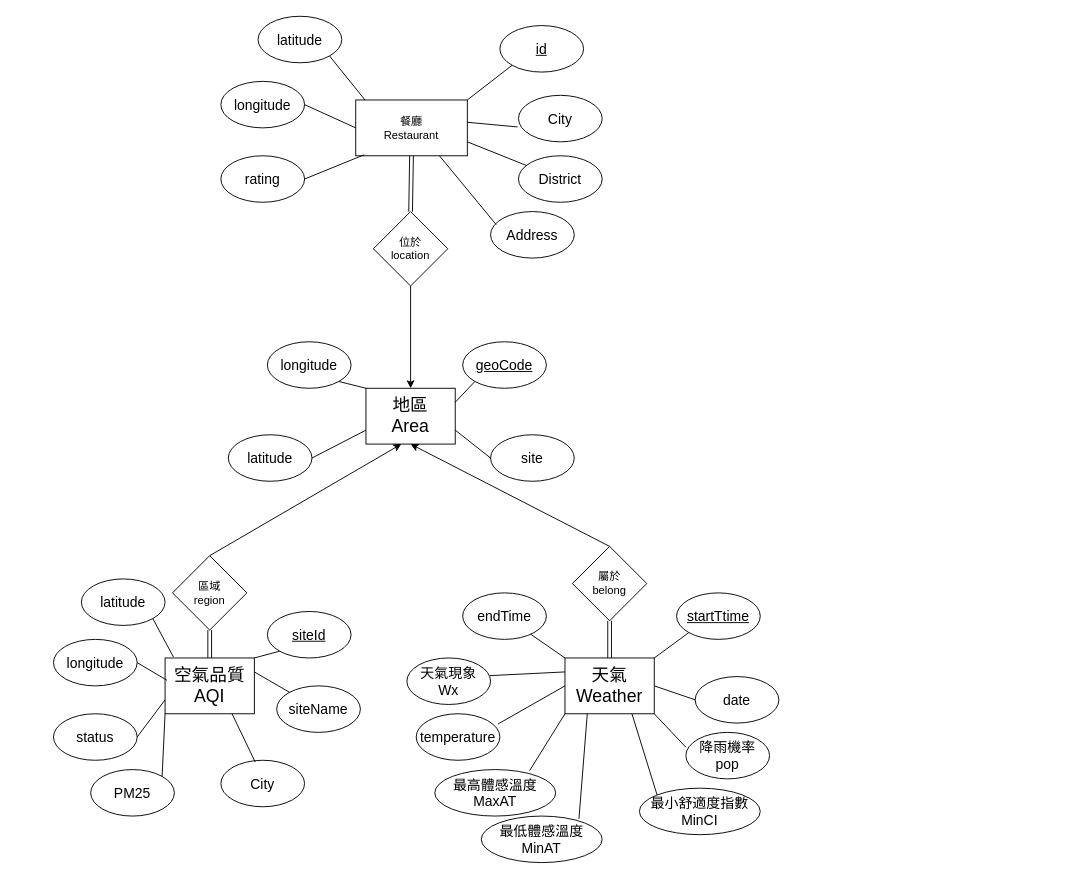
WWW5911/Astria keeps this draw.io diagram as Untitled Diagram.drawio. Above is the earlier version. Source tidied: cells renumbered, new cells numbered last; positions are measured from the earlier drawing's top-left corner, leaving out a move shared by most shapes. Both pictures are drawn from the tidied source at 93%, with x=0, y=0 at pixel (53, 16).
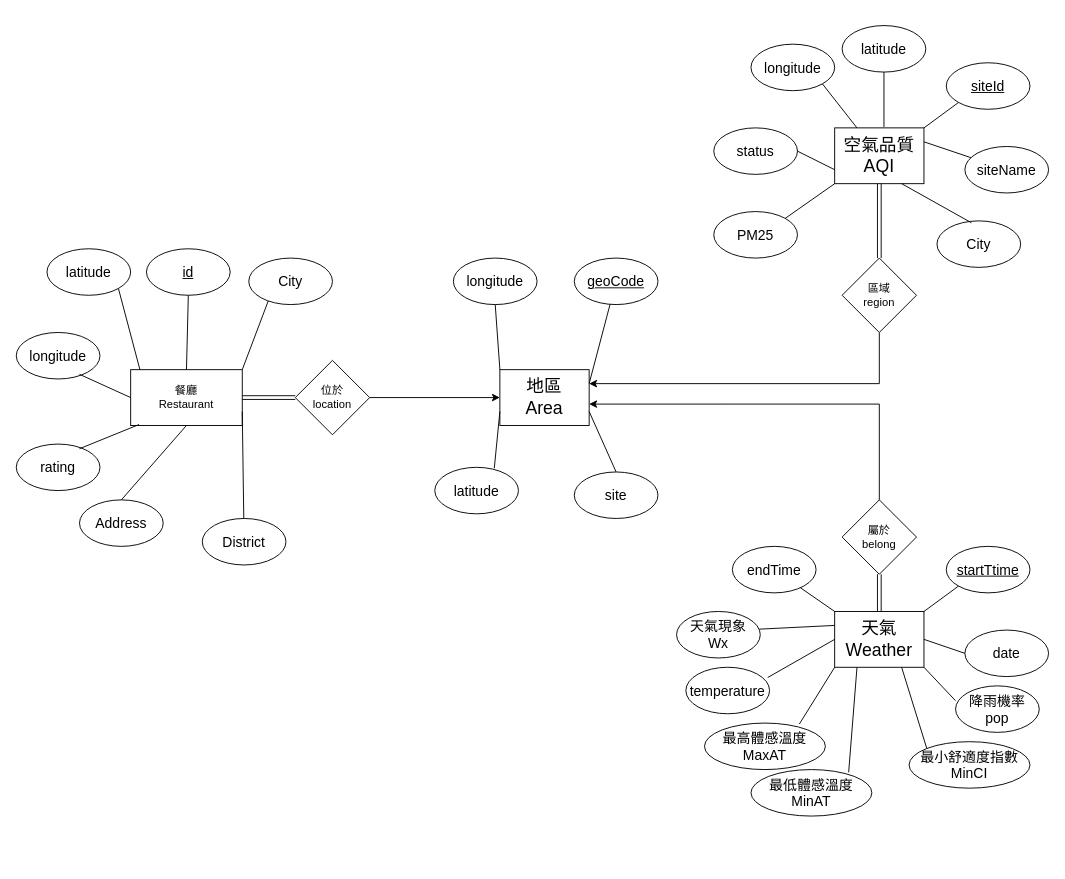
After the change.

Diff of the diagram source:
```diff
@@
     <mxCell id="2" value="&lt;font style=&quot;font-size: 19px&quot;&gt;地區&lt;br&gt;Area&lt;/font&gt;" style="rounded=0;whiteSpace=wrap;html=1;" parent="1" vertex="1">
-      <mxGeometry x="336" y="400" width="96" height="60" as="geometry" />
+      <mxGeometry x="480" y="380" width="96" height="60" as="geometry" />
     </mxCell>
     <mxCell id="3" value="&lt;u&gt;&lt;font style=&quot;font-size: 15px&quot;&gt;geoCode&lt;/font&gt;&lt;/u&gt;" style="ellipse;whiteSpace=wrap;html=1;" parent="1" vertex="1">
-      <mxGeometry x="440" y="350" width="90" height="50" as="geometry" />
+      <mxGeometry x="560" y="260" width="90" height="50" as="geometry" />
     </mxCell>
     <mxCell id="4" value="&lt;font style=&quot;font-size: 15px&quot;&gt;site&lt;/font&gt;" style="ellipse;whiteSpace=wrap;html=1;" parent="1" vertex="1">
-      <mxGeometry x="470" y="450" width="90" height="50" as="geometry" />
+      <mxGeometry x="560" y="490" width="90" height="50" as="geometry" />
     </mxCell>
     <mxCell id="5" value="&lt;font style=&quot;font-size: 15px&quot;&gt;latitude&lt;/font&gt;" style="ellipse;whiteSpace=wrap;html=1;" parent="1" vertex="1">
-      <mxGeometry x="188" y="450" width="90" height="50" as="geometry" />
+      <mxGeometry x="410" y="485" width="90" height="50" as="geometry" />
     </mxCell>
     <mxCell id="6" value="&lt;font style=&quot;font-size: 15px&quot;&gt;longitude&lt;/font&gt;" style="ellipse;whiteSpace=wrap;html=1;" parent="1" vertex="1">
-      <mxGeometry x="230" y="350" width="90" height="50" as="geometry" />
+      <mxGeometry x="430" y="260" width="90" height="50" as="geometry" />
     </mxCell>
+    <mxCell id="18" style="edgeStyle=orthogonalEdgeStyle;rounded=0;jettySize=auto;html=1;exitX=0.5;exitY=0;exitDx=0;exitDy=0;entryX=1;entryY=0.617;entryDx=0;entryDy=0;entryPerimeter=0;" parent="1" edge="1" source="7" target="2">
+      <mxGeometry relative="1" as="geometry" />
+    </mxCell>
     <mxCell id="7" value="屬於&lt;br&gt;belong" style="rhombus;whiteSpace=wrap;html=1;" parent="1" vertex="1">
-      <mxGeometry x="558" y="570" width="80" height="80" as="geometry" />
+      <mxGeometry x="848" y="520" width="80" height="80" as="geometry" />
     </mxCell>
     <mxCell id="8" value="&lt;font style=&quot;font-size: 19px&quot;&gt;天氣&lt;br&gt;Weather&lt;br&gt;&lt;/font&gt;" style="rounded=0;whiteSpace=wrap;html=1;" parent="1" vertex="1">
-      <mxGeometry x="550" y="690" width="96" height="60" as="geometry" />
+      <mxGeometry x="840" y="640" width="96" height="60" as="geometry" />
     </mxCell>
     <mxCell id="9" value="&lt;span style=&quot;font-size: 15px&quot;&gt;&lt;u&gt;startTtime&lt;/u&gt;&lt;/span&gt;" style="ellipse;whiteSpace=wrap;html=1;" parent="1" vertex="1">
-      <mxGeometry x="670" y="620" width="90" height="50" as="geometry" />
+      <mxGeometry x="960" y="570" width="90" height="50" as="geometry" />
     </mxCell>
     <mxCell id="10" value="&lt;font style=&quot;font-size: 15px&quot;&gt;date&lt;/font&gt;" style="ellipse;whiteSpace=wrap;html=1;" parent="1" vertex="1">
-      <mxGeometry x="690" y="710" width="90" height="50" as="geometry" />
+      <mxGeometry x="980" y="660" width="90" height="50" as="geometry" />
     </mxCell>
     <mxCell id="11" value="&lt;font style=&quot;font-size: 15px&quot;&gt;endTime&lt;/font&gt;" style="ellipse;whiteSpace=wrap;html=1;" parent="1" vertex="1">
-      <mxGeometry x="440" y="620" width="90" height="50" as="geometry" />
+      <mxGeometry x="730" y="570" width="90" height="50" as="geometry" />
     </mxCell>
     <mxCell id="12" value="&lt;font style=&quot;font-size: 15px&quot;&gt;天氣現象&lt;br&gt;Wx&lt;/font&gt;" style="ellipse;whiteSpace=wrap;html=1;" parent="1" vertex="1">
-      <mxGeometry x="380" y="690" width="90" height="50" as="geometry" />
+      <mxGeometry x="670" y="640" width="90" height="50" as="geometry" />
     </mxCell>
     <mxCell id="13" value="&lt;font style=&quot;font-size: 15px&quot;&gt;降雨機率&lt;br&gt;pop&lt;br&gt;&lt;/font&gt;" style="ellipse;whiteSpace=wrap;html=1;" parent="1" vertex="1">
-      <mxGeometry x="680" y="770" width="90" height="50" as="geometry" />
+      <mxGeometry x="970" y="720" width="90" height="50" as="geometry" />
     </mxCell>
     <mxCell id="14" value="&lt;font style=&quot;font-size: 15px&quot;&gt;temperature&lt;/font&gt;" style="ellipse;whiteSpace=wrap;html=1;" parent="1" vertex="1">
-      <mxGeometry x="390" y="750" width="90" height="50" as="geometry" />
+      <mxGeometry x="680" y="700" width="90" height="50" as="geometry" />
     </mxCell>
     <mxCell id="15" value="&lt;font style=&quot;font-size: 15px&quot;&gt;最小舒適度指數&lt;br&gt;MinCI&lt;/font&gt;" style="ellipse;whiteSpace=wrap;html=1;" parent="1" vertex="1">
-      <mxGeometry x="630" y="830" width="130" height="50" as="geometry" />
+      <mxGeometry x="920" y="780" width="130" height="50" as="geometry" />
     </mxCell>
     <mxCell id="16" value="&lt;font style=&quot;font-size: 15px&quot;&gt;最高體感溫度&lt;br&gt;MaxAT&lt;/font&gt;" style="ellipse;whiteSpace=wrap;html=1;" parent="1" vertex="1">
-      <mxGeometry x="410" y="810" width="130" height="50" as="geometry" />
+      <mxGeometry x="700" y="760" width="130" height="50" as="geometry" />
     </mxCell>
     <mxCell id="17" value="&lt;font style=&quot;font-size: 15px&quot;&gt;最低體感溫度&lt;br&gt;MinAT&lt;/font&gt;" style="ellipse;whiteSpace=wrap;html=1;" parent="1" vertex="1">
-      <mxGeometry x="460" y="860" width="130" height="50" as="geometry" />
+      <mxGeometry x="750" y="810" width="130" height="50" as="geometry" />
     </mxCell>
-    <mxCell id="18" style="endArrow=classic;html=1;exitX=0.5;exitY=0;exitDx=0;exitDy=0;entryX=0.5;entryY=1;entryDx=0;entryDy=0;" parent="1" edge="1" source="7" target="2">
-      <mxGeometry relative="1" as="geometry" />
-    </mxCell>
     <mxCell id="19" style="shape=link;html=1;exitX=0.5;exitY=0;exitDx=0;exitDy=0;" parent="1" edge="1" source="8">
       <mxGeometry relative="1" as="geometry">
-        <mxPoint x="598" y="650" as="targetPoint" />
+        <mxPoint x="888" y="600" as="targetPoint" />
       </mxGeometry>
     </mxCell>
@@
-    <mxCell id="23" style="endArrow=none;html=1;entryX=1;entryY=0.75;entryDx=0;entryDy=0;exitX=0;exitY=0.5;exitDx=0;exitDy=0;" parent="1" edge="1" source="4" target="2">
+    <mxCell id="23" style="endArrow=none;html=1;entryX=1;entryY=0.75;entryDx=0;entryDy=0;exitX=0.5;exitY=0;exitDx=0;exitDy=0;" parent="1" edge="1" source="4" target="2">
       <mxGeometry relative="1" as="geometry" />
     </mxCell>
@@
-    <mxCell id="30" style="endArrow=none;html=1;entryX=1;entryY=0.25;entryDx=0;entryDy=0;exitX=0;exitY=1;exitDx=0;exitDy=0;" parent="1" edge="1" source="3" target="2">
+    <mxCell id="30" style="endArrow=none;html=1;entryX=1;entryY=0.25;entryDx=0;entryDy=0;" parent="1" edge="1" source="3" target="2">
       <mxGeometry relative="1" as="geometry" />
     </mxCell>
-    <mxCell id="31" style="endArrow=none;html=1;entryX=1;entryY=1;entryDx=0;entryDy=0;exitX=0;exitY=0;exitDx=0;exitDy=0;" parent="1" edge="1" source="2" target="6">
+    <mxCell id="31" style="endArrow=none;html=1;entryX=0.5;entryY=1;entryDx=0;entryDy=0;exitX=0;exitY=0;exitDx=0;exitDy=0;" parent="1" edge="1" source="2" target="6">
       <mxGeometry relative="1" as="geometry" />
     </mxCell>
-    <mxCell id="32" style="endArrow=none;html=1;entryX=1;entryY=0.5;entryDx=0;entryDy=0;exitX=0;exitY=0.75;exitDx=0;exitDy=0;" parent="1" edge="1" source="2" target="5">
+    <mxCell id="32" style="endArrow=none;html=1;entryX=0.711;entryY=0.02;entryDx=0;entryDy=0;exitX=0;exitY=0.75;exitDx=0;exitDy=0;entryPerimeter=0;" parent="1" edge="1" source="2" target="5">
       <mxGeometry relative="1" as="geometry" />
     </mxCell>
     <mxCell id="33" value="餐廳&lt;br&gt;Restaurant" style="rounded=0;whiteSpace=wrap;html=1;" parent="1" vertex="1">
-      <mxGeometry x="325" y="90" width="120" height="60" as="geometry" />
+      <mxGeometry x="83" y="380" width="120" height="60" as="geometry" />
     </mxCell>
     <mxCell id="34" value="&lt;span style=&quot;font-size: 15px&quot;&gt;&lt;u&gt;id&lt;/u&gt;&lt;/span&gt;" style="ellipse;whiteSpace=wrap;html=1;" parent="1" vertex="1">
-      <mxGeometry x="480" y="10" width="90" height="50" as="geometry" />
+      <mxGeometry x="100" y="250" width="90" height="50" as="geometry" />
     </mxCell>
     <mxCell id="35" value="&lt;font style=&quot;font-size: 15px&quot;&gt;City&lt;/font&gt;" style="ellipse;whiteSpace=wrap;html=1;" parent="1" vertex="1">
-      <mxGeometry x="500" y="85" width="90" height="50" as="geometry" />
+      <mxGeometry x="210" y="260" width="90" height="50" as="geometry" />
     </mxCell>
     <mxCell id="36" value="&lt;font style=&quot;font-size: 15px&quot;&gt;District&lt;/font&gt;" style="ellipse;whiteSpace=wrap;html=1;" parent="1" vertex="1">
-      <mxGeometry x="500" y="150" width="90" height="50" as="geometry" />
+      <mxGeometry x="160" y="540" width="90" height="50" as="geometry" />
     </mxCell>
     <mxCell id="37" value="&lt;font style=&quot;font-size: 15px&quot;&gt;longitude&lt;/font&gt;" style="ellipse;whiteSpace=wrap;html=1;" parent="1" vertex="1">
-      <mxGeometry x="180" y="70" width="90" height="50" as="geometry" />
+      <mxGeometry x="-40" y="340" width="90" height="50" as="geometry" />
     </mxCell>
     <mxCell id="38" value="&lt;font style=&quot;font-size: 15px&quot;&gt;latitude&lt;/font&gt;" style="ellipse;whiteSpace=wrap;html=1;" parent="1" vertex="1">
-      <mxGeometry x="220" width="90" height="50" as="geometry" />
+      <mxGeometry x="-7" y="250" width="90" height="50" as="geometry" />
     </mxCell>
     <mxCell id="39" value="&lt;font style=&quot;font-size: 15px&quot;&gt;Address&lt;/font&gt;" style="ellipse;whiteSpace=wrap;html=1;" parent="1" vertex="1">
-      <mxGeometry x="470" y="210" width="90" height="50" as="geometry" />
+      <mxGeometry x="28" y="520" width="90" height="50" as="geometry" />
     </mxCell>
     <mxCell id="40" value="&lt;font style=&quot;font-size: 15px&quot;&gt;rating&lt;/font&gt;" style="ellipse;whiteSpace=wrap;html=1;" parent="1" vertex="1">
-      <mxGeometry x="180" y="150" width="90" height="50" as="geometry" />
+      <mxGeometry x="-40" y="460" width="90" height="50" as="geometry" />
     </mxCell>
-    <mxCell id="41" style="edgeStyle=orthogonalEdgeStyle;rounded=0;jettySize=auto;html=1;exitX=0.5;exitY=1;exitDx=0;exitDy=0;entryX=0.5;entryY=0;entryDx=0;entryDy=0;" parent="1" edge="1" source="42" target="2">
-      <mxGeometry relative="1" as="geometry" />
-    </mxCell>
     <mxCell id="42" value="位於&lt;br&gt;location" style="rhombus;whiteSpace=wrap;html=1;" parent="1" vertex="1">
-      <mxGeometry x="344" y="210" width="80" height="80" as="geometry" />
+      <mxGeometry x="260" y="370" width="80" height="80" as="geometry" />
     </mxCell>
-    <mxCell id="43" style="shape=link;html=1;entryX=0.5;entryY=0;entryDx=0;entryDy=0;exitX=0.5;exitY=1;exitDx=0;exitDy=0;" parent="1" edge="1" source="33" target="42">
-      <mxGeometry relative="1" as="geometry" />
-    </mxCell>
-    <mxCell id="44" style="endArrow=none;html=1;entryX=0.75;entryY=1;entryDx=0;entryDy=0;exitX=0.067;exitY=0.28;exitDx=0;exitDy=0;exitPerimeter=0;" parent="1" edge="1" source="39" target="33">
+    <mxCell id="44" style="endArrow=none;html=1;entryX=0.5;entryY=1;entryDx=0;entryDy=0;exitX=0.5;exitY=0;exitDx=0;exitDy=0;" parent="1" edge="1" source="39" target="33">
       <mxGeometry relative="1" as="geometry" />
     </mxCell>
@@
-    <mxCell id="46" style="endArrow=none;html=1;entryX=1;entryY=0.4;entryDx=0;entryDy=0;entryPerimeter=0;exitX=-0.011;exitY=0.68;exitDx=0;exitDy=0;exitPerimeter=0;" parent="1" edge="1" source="35" target="33">
+    <mxCell id="46" style="endArrow=none;html=1;entryX=1;entryY=0;entryDx=0;entryDy=0;exitX=0.233;exitY=0.92;exitDx=0;exitDy=0;exitPerimeter=0;" parent="1" edge="1" source="35" target="33">
       <mxGeometry relative="1" as="geometry" />
     </mxCell>
-    <mxCell id="47" style="endArrow=none;html=1;entryX=1;entryY=0;entryDx=0;entryDy=0;exitX=0;exitY=1;exitDx=0;exitDy=0;" parent="1" edge="1" source="34" target="33">
+    <mxCell id="47" style="endArrow=none;html=1;entryX=0.5;entryY=0;entryDx=0;entryDy=0;exitX=0.5;exitY=1;exitDx=0;exitDy=0;" parent="1" edge="1" source="34" target="33">
       <mxGeometry relative="1" as="geometry" />
     </mxCell>
@@
-    <mxCell id="49" style="endArrow=none;html=1;entryX=0;entryY=0.5;entryDx=0;entryDy=0;exitX=1;exitY=0.5;exitDx=0;exitDy=0;" parent="1" edge="1" source="37" target="33">
-      <mxGeometry relative="1" as="geometry" />
+    <mxCell id="49" style="endArrow=none;html=1;entryX=0;entryY=0.5;entryDx=0;entryDy=0;exitX=1;exitY=0.5;exitDx=0;exitDy=0;" parent="1" edge="1" target="33">
+      <mxGeometry relative="1" as="geometry">
+        <mxPoint x="28" y="385" as="sourcePoint" />
+      </mxGeometry>
     </mxCell>
-    <mxCell id="50" style="endArrow=none;html=1;entryX=0.075;entryY=0.983;entryDx=0;entryDy=0;entryPerimeter=0;exitX=1;exitY=0.5;exitDx=0;exitDy=0;" parent="1" edge="1" source="40" target="33">
-      <mxGeometry relative="1" as="geometry" />
+    <mxCell id="50" style="endArrow=none;html=1;entryX=0.075;entryY=0.983;entryDx=0;entryDy=0;entryPerimeter=0;exitX=1;exitY=0.5;exitDx=0;exitDy=0;" parent="1" edge="1" target="33">
+      <mxGeometry relative="1" as="geometry">
+        <mxPoint x="28" y="465" as="sourcePoint" />
+      </mxGeometry>
     </mxCell>
     <mxCell id="51" value="&lt;font style=&quot;font-size: 19px&quot;&gt;空氣品質&lt;br&gt;AQI&lt;br&gt;&lt;/font&gt;" style="rounded=0;whiteSpace=wrap;html=1;" parent="1" vertex="1">
-      <mxGeometry x="120" y="690" width="96" height="60" as="geometry" />
+      <mxGeometry x="840" y="120" width="96" height="60" as="geometry" />
     </mxCell>
     <mxCell id="52" value="&lt;span style=&quot;font-size: 15px&quot;&gt;&lt;u&gt;siteId&lt;/u&gt;&lt;/span&gt;" style="ellipse;whiteSpace=wrap;html=1;" parent="1" vertex="1">
-      <mxGeometry x="230" y="640" width="90" height="50" as="geometry" />
+      <mxGeometry x="960" y="50" width="90" height="50" as="geometry" />
     </mxCell>
     <mxCell id="53" value="&lt;font style=&quot;font-size: 15px&quot;&gt;siteName&lt;/font&gt;" style="ellipse;whiteSpace=wrap;html=1;" parent="1" vertex="1">
-      <mxGeometry x="240" y="720" width="90" height="50" as="geometry" />
+      <mxGeometry x="980" y="140" width="90" height="50" as="geometry" />
     </mxCell>
     <mxCell id="54" value="&lt;font style=&quot;font-size: 15px&quot;&gt;City&lt;/font&gt;" style="ellipse;whiteSpace=wrap;html=1;" parent="1" vertex="1">
-      <mxGeometry x="180" y="800" width="90" height="50" as="geometry" />
+      <mxGeometry x="950" y="220" width="90" height="50" as="geometry" />
     </mxCell>
     <mxCell id="55" value="&lt;font style=&quot;font-size: 15px&quot;&gt;longitude&lt;/font&gt;" style="ellipse;whiteSpace=wrap;html=1;" parent="1" vertex="1">
-      <mxGeometry y="670" width="90" height="50" as="geometry" />
+      <mxGeometry x="750" y="30" width="90" height="50" as="geometry" />
     </mxCell>
     <mxCell id="56" value="&lt;font style=&quot;font-size: 15px&quot;&gt;latitude&lt;/font&gt;" style="ellipse;whiteSpace=wrap;html=1;" parent="1" vertex="1">
-      <mxGeometry x="30" y="605" width="90" height="50" as="geometry" />
+      <mxGeometry x="848" y="10" width="90" height="50" as="geometry" />
     </mxCell>
     <mxCell id="57" value="&lt;font style=&quot;font-size: 15px&quot;&gt;status&lt;/font&gt;" style="ellipse;whiteSpace=wrap;html=1;" parent="1" vertex="1">
-      <mxGeometry y="750" width="90" height="50" as="geometry" />
+      <mxGeometry x="710" y="120" width="90" height="50" as="geometry" />
     </mxCell>
     <mxCell id="58" value="&lt;font style=&quot;font-size: 15px&quot;&gt;PM25&lt;/font&gt;" style="ellipse;whiteSpace=wrap;html=1;" parent="1" vertex="1">
-      <mxGeometry x="40" y="810" width="90" height="50" as="geometry" />
+      <mxGeometry x="710" y="210" width="90" height="50" as="geometry" />
     </mxCell>
+    <mxCell id="61" style="edgeStyle=orthogonalEdgeStyle;rounded=0;jettySize=auto;html=1;exitX=0.5;exitY=1;exitDx=0;exitDy=0;entryX=1;entryY=0.25;entryDx=0;entryDy=0;" parent="1" edge="1" source="59" target="2">
+      <mxGeometry relative="1" as="geometry" />
+    </mxCell>
     <mxCell id="59" value="區域&lt;br&gt;region" style="rhombus;whiteSpace=wrap;html=1;" parent="1" vertex="1">
-      <mxGeometry x="128" y="580" width="80" height="80" as="geometry" />
+      <mxGeometry x="848" y="260" width="80" height="80" as="geometry" />
     </mxCell>
-    <mxCell id="60" style="shape=link;html=1;entryX=0.5;entryY=1;entryDx=0;entryDy=0;exitX=0.5;exitY=0;exitDx=0;exitDy=0;" parent="1" edge="1" source="51" target="59">
-      <mxGeometry relative="1" as="geometry" />
+    <mxCell id="60" style="shape=link;html=1;" parent="1" edge="1">
+      <mxGeometry relative="1" as="geometry">
+        <mxPoint x="888" y="180" as="sourcePoint" />
+        <mxPoint x="888" y="260" as="targetPoint" />
+      </mxGeometry>
     </mxCell>
-    <mxCell id="61" style="endArrow=classic;html=1;entryX=0.396;entryY=1;entryDx=0;entryDy=0;entryPerimeter=0;exitX=0.5;exitY=0;exitDx=0;exitDy=0;" parent="1" edge="1" source="59" target="2">
-      <mxGeometry relative="1" as="geometry" />
-    </mxCell>
-    <mxCell id="62" style="endArrow=none;html=1;exitX=0.094;exitY=-0.017;exitDx=0;exitDy=0;exitPerimeter=0;entryX=1;entryY=1;entryDx=0;entryDy=0;" parent="1" edge="1" source="51" target="56">
-      <mxGeometry relative="1" as="geometry" />
+    <mxCell id="62" style="endArrow=none;html=1;entryX=0.5;entryY=1;entryDx=0;entryDy=0;" parent="1" edge="1" target="56">
+      <mxGeometry relative="1" as="geometry">
+        <mxPoint x="893" y="119" as="sourcePoint" />
+      </mxGeometry>
     </mxCell>
-    <mxCell id="63" style="endArrow=none;html=1;exitX=0.021;exitY=0.4;exitDx=0;exitDy=0;exitPerimeter=0;entryX=1;entryY=0.5;entryDx=0;entryDy=0;" parent="1" edge="1" source="51" target="55">
+    <mxCell id="63" style="endArrow=none;html=1;exitX=0.25;exitY=0;exitDx=0;exitDy=0;entryX=1;entryY=1;entryDx=0;entryDy=0;" parent="1" edge="1" source="51" target="55">
       <mxGeometry relative="1" as="geometry" />
     </mxCell>
@@
+    <mxCell id="43" style="shape=link;html=1;exitX=1;exitY=0.5;exitDx=0;exitDy=0;entryX=0;entryY=0.5;entryDx=0;entryDy=0;" parent="1" edge="1" source="33" target="42">
+      <mxGeometry relative="1" as="geometry" />
+    </mxCell>
+    <mxCell id="41" style="endArrow=classic;html=1;exitX=1;exitY=0.5;exitDx=0;exitDy=0;entryX=0;entryY=0.5;entryDx=0;entryDy=0;" parent="1" edge="1" source="42" target="2">
+      <mxGeometry relative="1" as="geometry" />
+    </mxCell>
```
